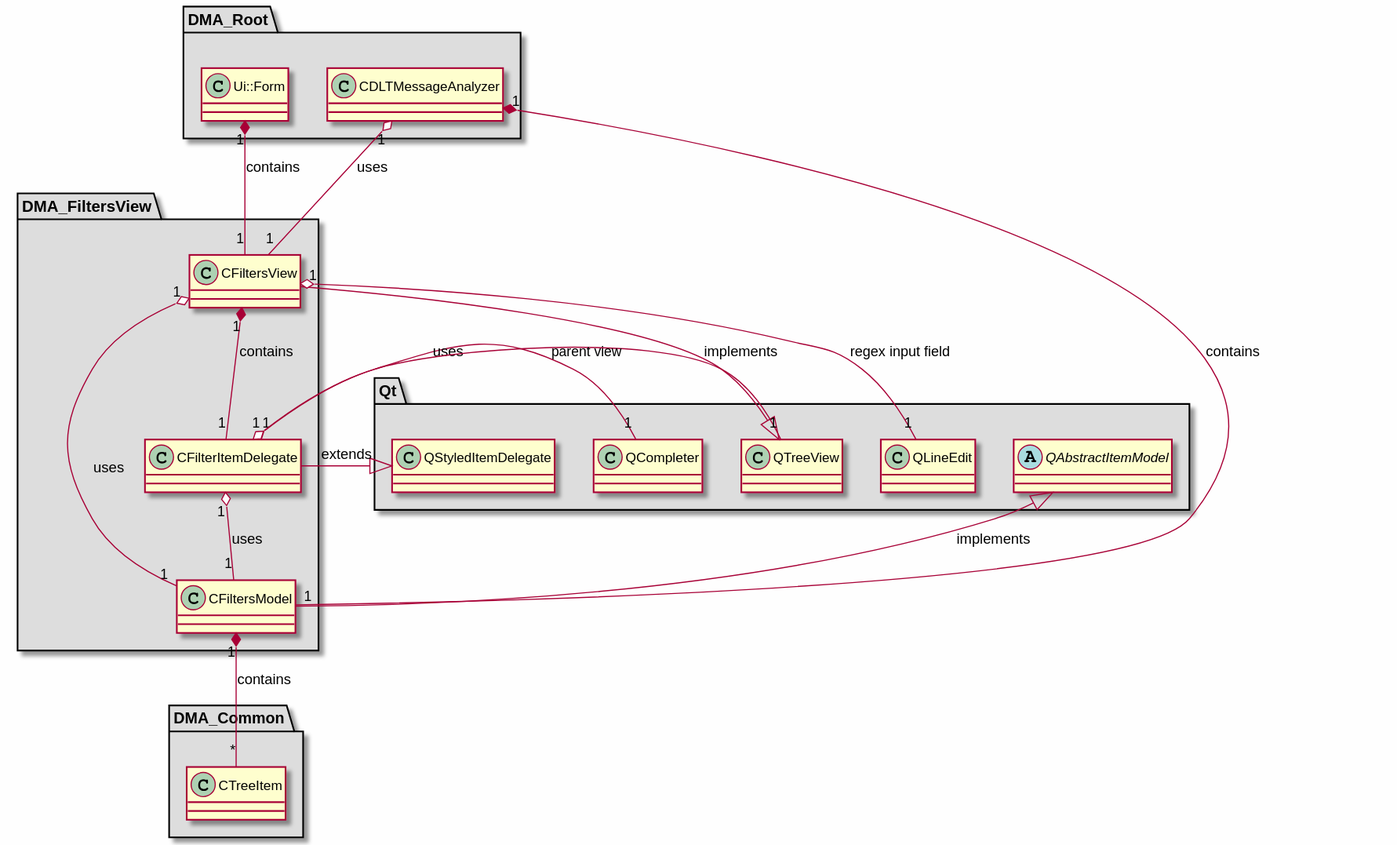
Before: md/dev_docs/puml/DMA_FiltersView.svg, a diagram exported from PlantUML (svlad-90/DLT-Message-Analyzer).
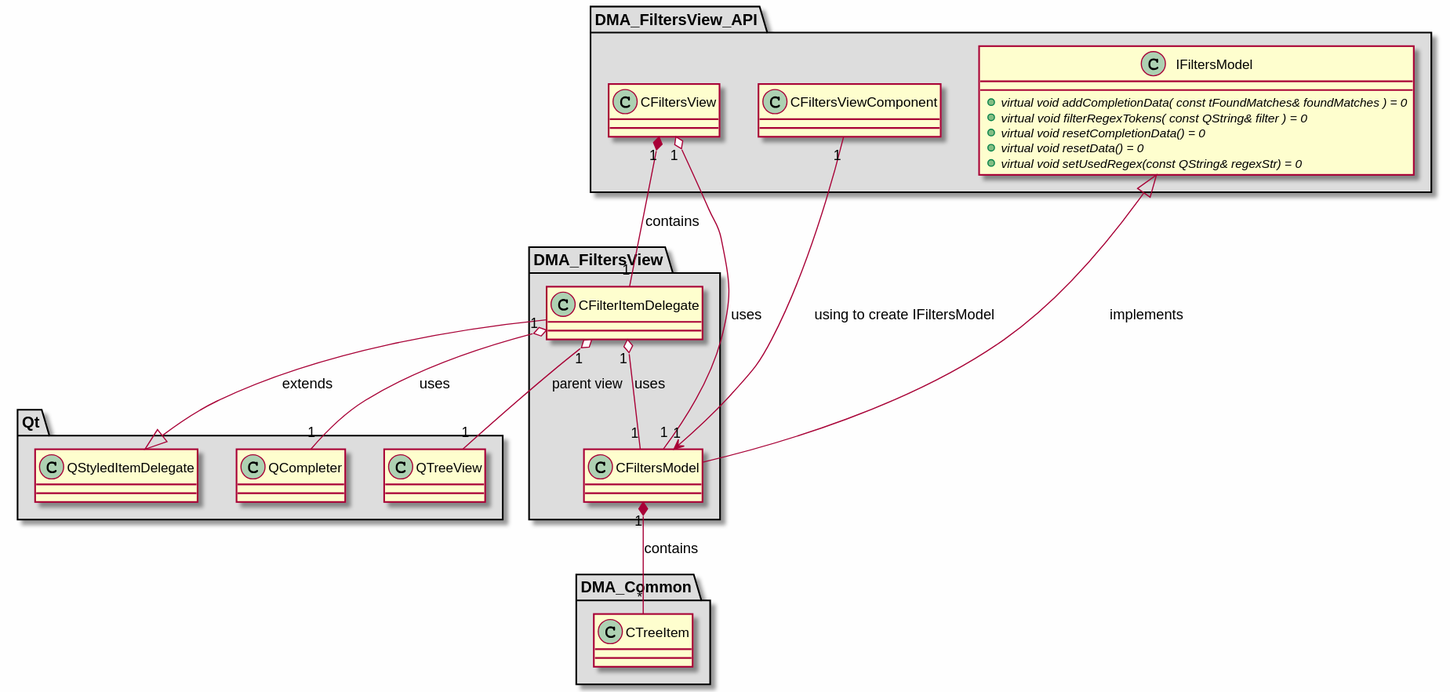
After the change.

The edit, as a diff of the source:
```diff
@@ -22,21 +22,26 @@
 {
 }
 
+}
+
+package "DMA_FiltersView_API" #DDDDDD
+{
+
 class "CFiltersView"
 {
 }
 
-}
-
-package "DMA_Root" #DDDDDD
-{
-
-class "CDLTMessageAnalyzer"
+class "CFiltersViewComponent"
 {
 }
 
-class "Ui::Form"
+class "IFiltersModel"
 {
+    + {abstract} virtual void addCompletionData( const tFoundMatches& foundMatches ) = 0
+    + {abstract} virtual void filterRegexTokens( const QString& filter ) = 0
+    + {abstract} virtual void resetCompletionData() = 0
+    + {abstract} virtual void resetData() = 0
+    + {abstract} virtual void setUsedRegex(const QString& regexStr) = 0
 }
 
 }
@@ -44,15 +49,7 @@
 package "Qt" #DDDDDD
 {
 
-abstract class "QAbstractItemModel"
-{
-}
-
 class "QCompleter"
-{
-}
-
-class "QLineEdit"
 {
 }
 
@@ -67,8 +64,7 @@
 }
 
 QStyledItemDelegate <|-- CFilterItemDelegate : extends
-QAbstractItemModel <|-- CFiltersModel : implements
-QTreeView <|-- CFiltersView : implements
+IFiltersModel <|-- CFiltersModel : implements
 
 CFilterItemDelegate "1" o-- "1" CFiltersModel : uses
 CFilterItemDelegate "1" o-- "1" QCompleter : uses
@@ -76,9 +72,6 @@
 CFiltersModel "1" *-- "*" CTreeItem : contains
 CFiltersView "1" *-- "1" CFilterItemDelegate : contains
 CFiltersView "1" o-- "1" CFiltersModel : uses
-CFiltersView "1" o-- "1" QLineEdit : regex input field
-CDLTMessageAnalyzer "1" *-- "1" CFiltersModel : contains
-CDLTMessageAnalyzer "1" o-- "1" CFiltersView : uses
-Ui::Form "1" *-- "1" CFiltersView : contains
+CFiltersViewComponent "1" --> "1" CFiltersModel : using to create IFiltersModel
 
 @enduml
```
